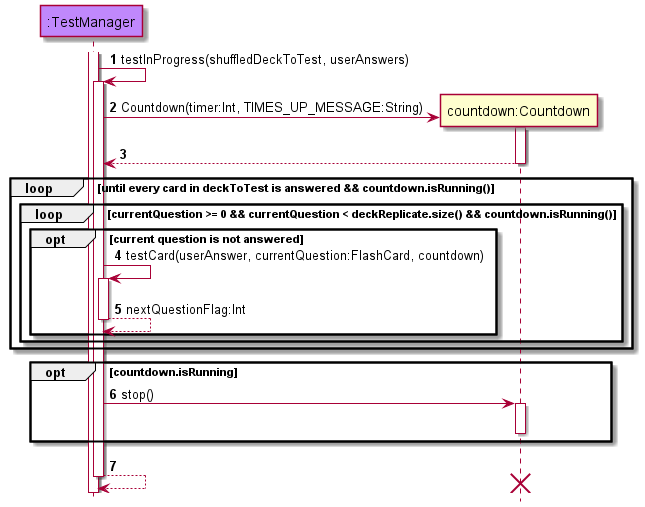
Before: docs/assets/dg diagrams/testInProgressSeqDiagram.png, a diagram exported from PlantUML (xkisxk/tp).
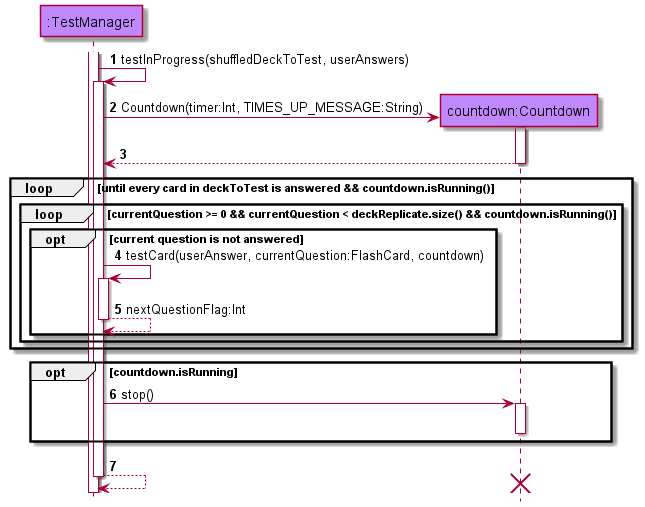
After the commit.

The edit, as a diff of the source:
```diff
@@ -4,7 +4,7 @@
 hide footbox
 
 participant ":TestManager" as TestManager modelCOLOUR
-participant "countdown:Countdown" as Countdown
+participant "countdown:Countdown" as Countdown modelCOLOUR
 activate TestManager
 
 
```
